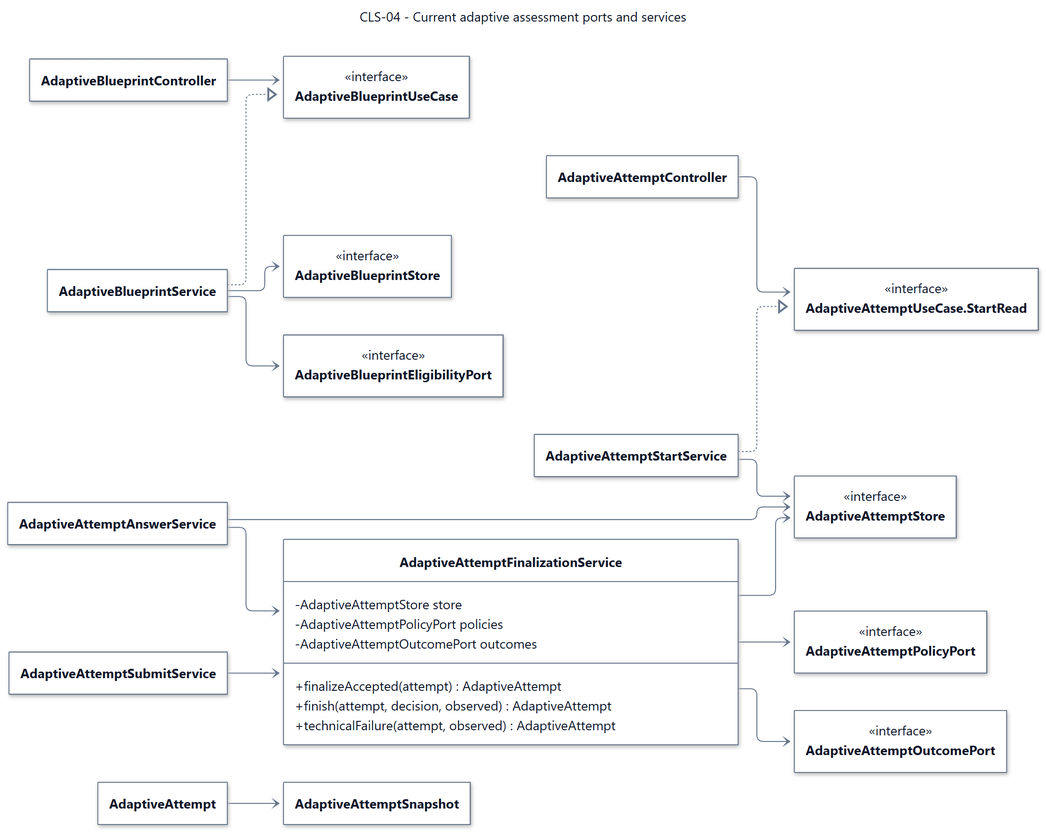
Earlier version of the Mermaid export documents/diagrams/mermaid/cls-04.png (SEP490-Fall-2026-GFA26SE64/SEP490). Its source is kept beside it as documents/diagrams/mermaid/cls-04.mmd. The source it was exported from:
```mermaid
---
title: "CLS-04 - Current adaptive assessment ports and services"
config: {"theme":"base","fontFamily":"Segoe UI, Arial, sans-serif","themeVariables":{"fontFamily":"Segoe UI, Arial, sans-serif","fontSize":"14px","primaryColor":"#ffffff","primaryTextColor":"#0f1729","primaryBorderColor":"#64748b","secondaryColor":"#fef3eb","tertiaryColor":"#ffffff","lineColor":"#64748b","textColor":"#0f1729","mainBkg":"#ffffff","background":"#ffffff","clusterBkg":"#ffffff","clusterBorder":"#64748b","edgeLabelBackground":"#ffffff","titleColor":"#0f1729","noteBkgColor":"#fef3eb","noteTextColor":"#0f1729","noteBorderColor":"#e6650f","classText":"#0f1729","secondaryBorderColor":"#64748b","tertiaryBorderColor":"#64748b","secondaryTextColor":"#0f1729","tertiaryTextColor":"#0f1729"},"layout":"elk","class":{"hideEmptyMembersBox":true,"nodeSpacing":44,"rankSpacing":70,"padding":12,"diagramPadding":24}}
---
classDiagram
  direction LR
  class SDD_CLS_04_AdaptiveBlueprintController["AdaptiveBlueprintController"]
  class SDD_CLS_04_AdaptiveBlueprintUseCase["AdaptiveBlueprintUseCase"]
  <<interface>> SDD_CLS_04_AdaptiveBlueprintUseCase
  class SDD_CLS_04_AdaptiveBlueprintService["AdaptiveBlueprintService"]
  class SDD_CLS_04_AdaptiveBlueprintStore["AdaptiveBlueprintStore"]
  <<interface>> SDD_CLS_04_AdaptiveBlueprintStore
  class SDD_CLS_04_AdaptiveBlueprintEligibilityPort["AdaptiveBlueprintEligibilityPort"]
  <<interface>> SDD_CLS_04_AdaptiveBlueprintEligibilityPort
  class SDD_CLS_04_AdaptiveAttemptController["AdaptiveAttemptController"]
  class SDD_CLS_04_StartRead["AdaptiveAttemptUseCase.StartRead"]
  <<interface>> SDD_CLS_04_StartRead
  class SDD_CLS_04_AdaptiveAttemptStartService["AdaptiveAttemptStartService"]
  class SDD_CLS_04_AdaptiveAttemptAnswerService["AdaptiveAttemptAnswerService"]
  class SDD_CLS_04_AdaptiveAttemptSubmitService["AdaptiveAttemptSubmitService"]
  class SDD_CLS_04_AdaptiveAttemptFinalizationService["AdaptiveAttemptFinalizationService"] {
    -AdaptiveAttemptStore store
    -AdaptiveAttemptPolicyPort policies
    -AdaptiveAttemptOutcomePort outcomes
    +finalizeAccepted(attempt) AdaptiveAttempt
    +finish(attempt, decision, observed) AdaptiveAttempt
    +technicalFailure(attempt, observed) AdaptiveAttempt
  }
  class SDD_CLS_04_AdaptiveAttemptStore["AdaptiveAttemptStore"]
  <<interface>> SDD_CLS_04_AdaptiveAttemptStore
  class SDD_CLS_04_AdaptiveAttemptPolicyPort["AdaptiveAttemptPolicyPort"]
  <<interface>> SDD_CLS_04_AdaptiveAttemptPolicyPort
  class SDD_CLS_04_AdaptiveAttemptOutcomePort["AdaptiveAttemptOutcomePort"]
  <<interface>> SDD_CLS_04_AdaptiveAttemptOutcomePort
  class SDD_CLS_04_AdaptiveAttempt["AdaptiveAttempt"]
  class SDD_CLS_04_AdaptiveAttemptSnapshot["AdaptiveAttemptSnapshot"]
  SDD_CLS_04_AdaptiveBlueprintController --> SDD_CLS_04_AdaptiveBlueprintUseCase
  SDD_CLS_04_AdaptiveBlueprintService ..|> SDD_CLS_04_AdaptiveBlueprintUseCase
  SDD_CLS_04_AdaptiveBlueprintService --> SDD_CLS_04_AdaptiveBlueprintStore
  SDD_CLS_04_AdaptiveBlueprintService --> SDD_CLS_04_AdaptiveBlueprintEligibilityPort
  SDD_CLS_04_AdaptiveAttemptController --> SDD_CLS_04_StartRead
  SDD_CLS_04_AdaptiveAttemptStartService ..|> SDD_CLS_04_StartRead
  SDD_CLS_04_AdaptiveAttemptStartService --> SDD_CLS_04_AdaptiveAttemptStore
  SDD_CLS_04_AdaptiveAttemptAnswerService --> SDD_CLS_04_AdaptiveAttemptStore
  SDD_CLS_04_AdaptiveAttemptSubmitService --> SDD_CLS_04_AdaptiveAttemptFinalizationService
  SDD_CLS_04_AdaptiveAttemptAnswerService --> SDD_CLS_04_AdaptiveAttemptFinalizationService
  SDD_CLS_04_AdaptiveAttemptFinalizationService --> SDD_CLS_04_AdaptiveAttemptStore
  SDD_CLS_04_AdaptiveAttemptFinalizationService --> SDD_CLS_04_AdaptiveAttemptPolicyPort
  SDD_CLS_04_AdaptiveAttemptFinalizationService --> SDD_CLS_04_AdaptiveAttemptOutcomePort
  SDD_CLS_04_AdaptiveAttempt --> SDD_CLS_04_AdaptiveAttemptSnapshot
```
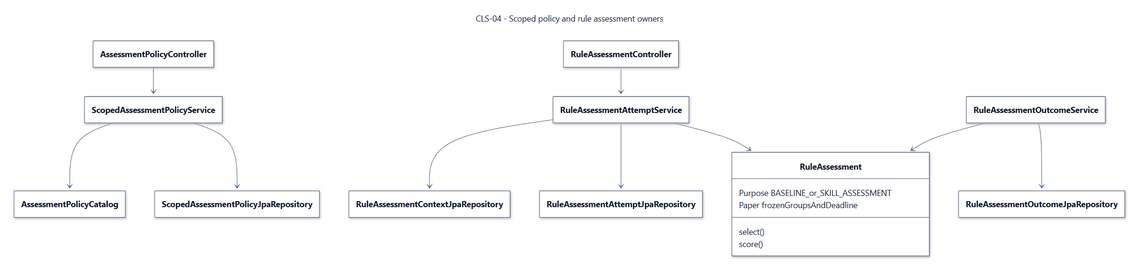
The same file after the commit.

Diff of the diagram source:
```diff
@@ -1,50 +1,32 @@
 ---
-title: "CLS-04 - Current adaptive assessment ports and services"
-config: {"theme":"base","fontFamily":"Segoe UI, Arial, sans-serif","themeVariables":{"fontFamily":"Segoe UI, Arial, sans-serif","fontSize":"14px","primaryColor":"#ffffff","primaryTextColor":"#0f1729","primaryBorderColor":"#64748b","secondaryColor":"#fef3eb","tertiaryColor":"#ffffff","lineColor":"#64748b","textColor":"#0f1729","mainBkg":"#ffffff","background":"#ffffff","clusterBkg":"#ffffff","clusterBorder":"#64748b","edgeLabelBackground":"#ffffff","titleColor":"#0f1729","noteBkgColor":"#fef3eb","noteTextColor":"#0f1729","noteBorderColor":"#e6650f","classText":"#0f1729","secondaryBorderColor":"#64748b","tertiaryBorderColor":"#64748b","secondaryTextColor":"#0f1729","tertiaryTextColor":"#0f1729"},"layout":"elk","class":{"hideEmptyMembersBox":true,"nodeSpacing":44,"rankSpacing":70,"padding":12,"diagramPadding":24}}
+title: "CLS-04 - Scoped policy and rule assessment owners"
+config: {"theme":"base","fontFamily":"Segoe UI, Arial, sans-serif","themeVariables":{"fontFamily":"Segoe UI, Arial, sans-serif","fontSize":"14px","primaryColor":"#ffffff","primaryTextColor":"#0f1729","primaryBorderColor":"#64748b","secondaryColor":"#fef3eb","tertiaryColor":"#ffffff","lineColor":"#64748b","textColor":"#0f1729","mainBkg":"#ffffff","background":"#ffffff","clusterBkg":"#ffffff","clusterBorder":"#64748b","edgeLabelBackground":"#ffffff","titleColor":"#0f1729","noteBkgColor":"#fef3eb","noteTextColor":"#0f1729","noteBorderColor":"#e6650f","classText":"#0f1729","secondaryBorderColor":"#64748b","tertiaryBorderColor":"#64748b","secondaryTextColor":"#0f1729","tertiaryTextColor":"#0f1729"},"layout":"dagre","class":{"hideEmptyMembersBox":true,"nodeSpacing":44,"rankSpacing":70,"padding":12,"diagramPadding":24}}
 ---
+
 classDiagram
-  direction LR
-  class SDD_CLS_04_AdaptiveBlueprintController["AdaptiveBlueprintController"]
-  class SDD_CLS_04_AdaptiveBlueprintUseCase["AdaptiveBlueprintUseCase"]
-  <<interface>> SDD_CLS_04_AdaptiveBlueprintUseCase
-  class SDD_CLS_04_AdaptiveBlueprintService["AdaptiveBlueprintService"]
-  class SDD_CLS_04_AdaptiveBlueprintStore["AdaptiveBlueprintStore"]
-  <<interface>> SDD_CLS_04_AdaptiveBlueprintStore
-  class SDD_CLS_04_AdaptiveBlueprintEligibilityPort["AdaptiveBlueprintEligibilityPort"]
-  <<interface>> SDD_CLS_04_AdaptiveBlueprintEligibilityPort
-  class SDD_CLS_04_AdaptiveAttemptController["AdaptiveAttemptController"]
-  class SDD_CLS_04_StartRead["AdaptiveAttemptUseCase.StartRead"]
-  <<interface>> SDD_CLS_04_StartRead
-  class SDD_CLS_04_AdaptiveAttemptStartService["AdaptiveAttemptStartService"]
-  class SDD_CLS_04_AdaptiveAttemptAnswerService["AdaptiveAttemptAnswerService"]
-  class SDD_CLS_04_AdaptiveAttemptSubmitService["AdaptiveAttemptSubmitService"]
-  class SDD_CLS_04_AdaptiveAttemptFinalizationService["AdaptiveAttemptFinalizationService"] {
-    -AdaptiveAttemptStore store
-    -AdaptiveAttemptPolicyPort policies
-    -AdaptiveAttemptOutcomePort outcomes
-    +finalizeAccepted(attempt) AdaptiveAttempt
-    +finish(attempt, decision, observed) AdaptiveAttempt
-    +technicalFailure(attempt, observed) AdaptiveAttempt
+  direction TB
+  class AssessmentPolicyController
+  class ScopedAssessmentPolicyService
+  class AssessmentPolicyCatalog
+  class ScopedAssessmentPolicyJpaRepository
+  class RuleAssessmentController
+  class RuleAssessmentAttemptService
+  class RuleAssessmentContextJpaRepository
+  class RuleAssessmentAttemptJpaRepository
+  class RuleAssessmentOutcomeService
+  class RuleAssessmentOutcomeJpaRepository
+  class RuleAssessment {
+    Purpose BASELINE_or_SKILL_ASSESSMENT
+    Paper frozenGroupsAndDeadline
+    select()
+    score()
   }
-  class SDD_CLS_04_AdaptiveAttemptStore["AdaptiveAttemptStore"]
-  <<interface>> SDD_CLS_04_AdaptiveAttemptStore
-  class SDD_CLS_04_AdaptiveAttemptPolicyPort["AdaptiveAttemptPolicyPort"]
-  <<interface>> SDD_CLS_04_AdaptiveAttemptPolicyPort
-  class SDD_CLS_04_AdaptiveAttemptOutcomePort["AdaptiveAttemptOutcomePort"]
-  <<interface>> SDD_CLS_04_AdaptiveAttemptOutcomePort
-  class SDD_CLS_04_AdaptiveAttempt["AdaptiveAttempt"]
-  class SDD_CLS_04_AdaptiveAttemptSnapshot["AdaptiveAttemptSnapshot"]
-  SDD_CLS_04_AdaptiveBlueprintController --> SDD_CLS_04_AdaptiveBlueprintUseCase
-  SDD_CLS_04_AdaptiveBlueprintService ..|> SDD_CLS_04_AdaptiveBlueprintUseCase
-  SDD_CLS_04_AdaptiveBlueprintService --> SDD_CLS_04_AdaptiveBlueprintStore
-  SDD_CLS_04_AdaptiveBlueprintService --> SDD_CLS_04_AdaptiveBlueprintEligibilityPort
-  SDD_CLS_04_AdaptiveAttemptController --> SDD_CLS_04_StartRead
-  SDD_CLS_04_AdaptiveAttemptStartService ..|> SDD_CLS_04_StartRead
-  SDD_CLS_04_AdaptiveAttemptStartService --> SDD_CLS_04_AdaptiveAttemptStore
-  SDD_CLS_04_AdaptiveAttemptAnswerService --> SDD_CLS_04_AdaptiveAttemptStore
-  SDD_CLS_04_AdaptiveAttemptSubmitService --> SDD_CLS_04_AdaptiveAttemptFinalizationService
-  SDD_CLS_04_AdaptiveAttemptAnswerService --> SDD_CLS_04_AdaptiveAttemptFinalizationService
-  SDD_CLS_04_AdaptiveAttemptFinalizationService --> SDD_CLS_04_AdaptiveAttemptStore
-  SDD_CLS_04_AdaptiveAttemptFinalizationService --> SDD_CLS_04_AdaptiveAttemptPolicyPort
-  SDD_CLS_04_AdaptiveAttemptFinalizationService --> SDD_CLS_04_AdaptiveAttemptOutcomePort
-  SDD_CLS_04_AdaptiveAttempt --> SDD_CLS_04_AdaptiveAttemptSnapshot
+  AssessmentPolicyController --> ScopedAssessmentPolicyService
+  ScopedAssessmentPolicyService --> AssessmentPolicyCatalog
+  ScopedAssessmentPolicyService --> ScopedAssessmentPolicyJpaRepository
+  RuleAssessmentController --> RuleAssessmentAttemptService
+  RuleAssessmentAttemptService --> RuleAssessmentContextJpaRepository
+  RuleAssessmentAttemptService --> RuleAssessmentAttemptJpaRepository
+  RuleAssessmentAttemptService --> RuleAssessment
+  RuleAssessmentOutcomeService --> RuleAssessmentOutcomeJpaRepository
+  RuleAssessmentOutcomeService --> RuleAssessment
```
